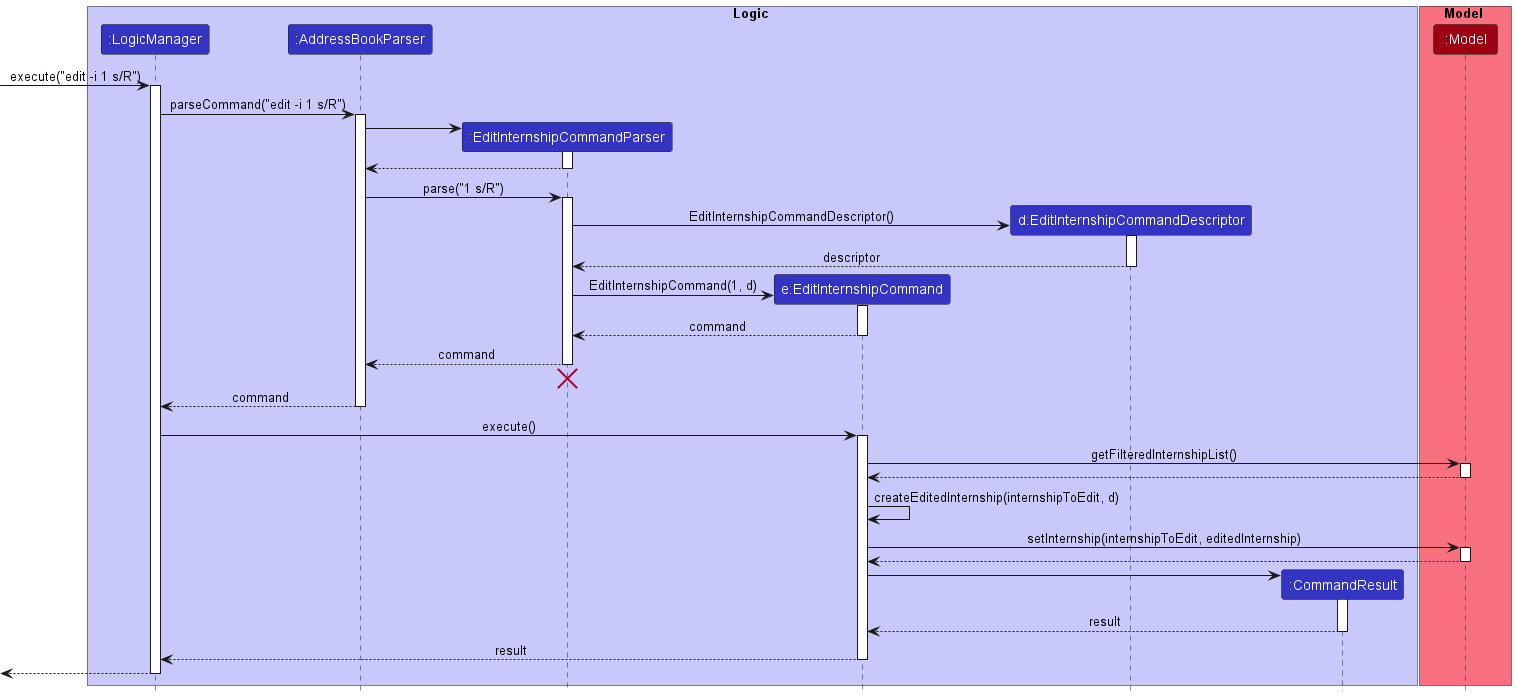
Before: docs/images/EditInternshipSequence.png, a diagram exported from PlantUML (nus-cs2103-AY2223S1/tp).
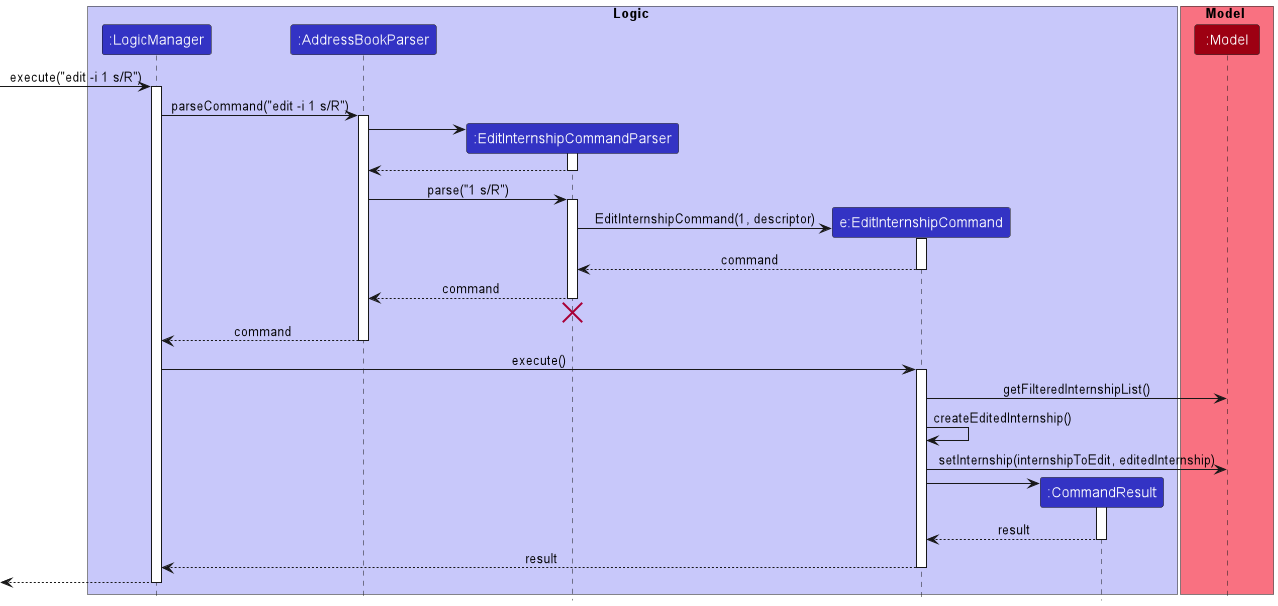
The same file after the commit.

Commit message:
Simplify Edit Internship Sequence UML diagram

The edit, as a diff of the source:
```diff
@@ -6,7 +6,6 @@
 participant ":AddressBookParser" as AddressBookParser LOGIC_COLOR
 participant ":EditInternshipCommandParser" as EditInternshipCommandParser LOGIC_COLOR
 participant "e:EditInternshipCommand" as EditInternshipCommand LOGIC_COLOR
-participant "d:EditInternshipCommandDescriptor" as EditInternshipCommandDescriptor LOGIC_COLOR
 participant ":CommandResult" as CommandResult LOGIC_COLOR
 end box
 
@@ -30,15 +29,10 @@
 AddressBookParser -> EditInternshipCommandParser : parse("1 s/R")
 activate EditInternshipCommandParser
 
-create EditInternshipCommandDescriptor
-EditInternshipCommandParser -> EditInternshipCommandDescriptor : EditInternshipCommandDescriptor()
-activate EditInternshipCommandDescriptor
-EditInternshipCommandDescriptor --> EditInternshipCommandParser : descriptor
-deactivate EditInternshipCommandDescriptor
 
 
 create EditInternshipCommand
-EditInternshipCommandParser -> EditInternshipCommand : EditInternshipCommand(1, d)
+EditInternshipCommandParser -> EditInternshipCommand : EditInternshipCommand(1, descriptor)
 activate EditInternshipCommand
 
 
@@ -57,16 +51,10 @@
 activate EditInternshipCommand
 
 EditInternshipCommand -> Model : getFilteredInternshipList()
-activate Model
-Model --> EditInternshipCommand
-deactivate Model
 
-EditInternshipCommand -> EditInternshipCommand : createEditedInternship(internshipToEdit, d)
+EditInternshipCommand -> EditInternshipCommand : createEditedInternship()
 
 EditInternshipCommand -> Model : setInternship(internshipToEdit, editedInternship)
-activate Model
-Model --> EditInternshipCommand
-deactivate Model
 
 create CommandResult
 EditInternshipCommand -> CommandResult
```
